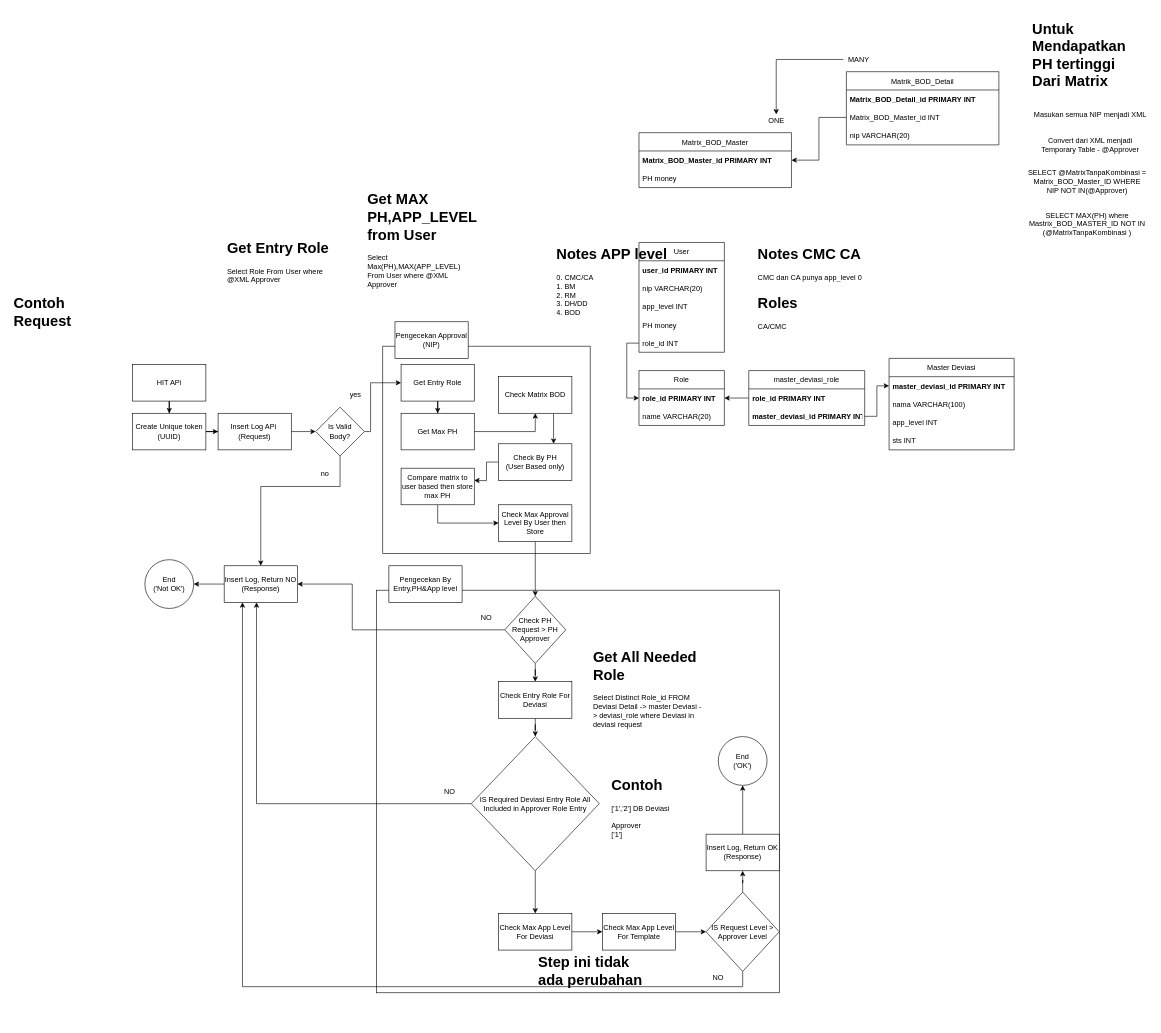
Earlier version of the draw.io diagram Untitled Diagram.drawio (andiliewantorosusanto/engineapproval). Source tidied: cells renumbered, new cells numbered last; positions are measured from the earlier drawing's top-left corner, leaving out a move shared by most shapes. Both pictures are drawn from the tidied source at 61%, with x=0, y=0 at pixel (10, 16).
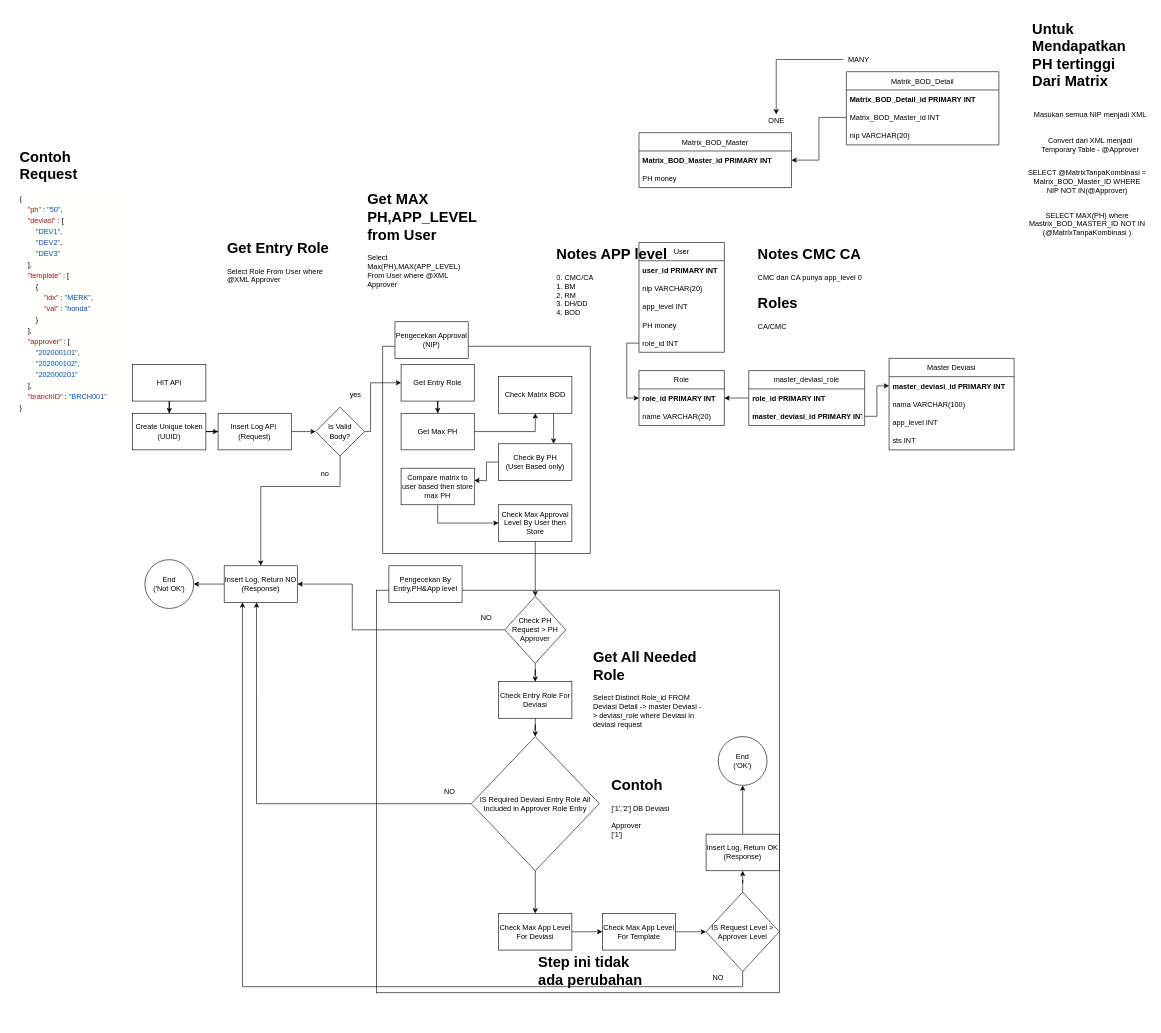
Above is the later version.

Change to the diagram source:
```diff
@@
-    <mxCell id="95" value="&lt;h1&gt;Contoh Request&lt;/h1&gt;&lt;p&gt;&lt;br&gt;&lt;/p&gt;" style="text;html=1;strokeColor=none;fillColor=none;spacing=5;spacingTop=-20;whiteSpace=wrap;overflow=hidden;rounded=0;" parent="1" vertex="1">
-      <mxGeometry y="450" width="190" height="170" as="geometry" />
+    <mxCell id="95" value="&lt;h1&gt;Contoh Request&lt;/h1&gt;&lt;div style=&quot;background-color: rgb(255 , 255 , 254) ; line-height: 18px&quot;&gt;&lt;div style=&quot;line-height: 18px&quot;&gt;&lt;div&gt;{&lt;/div&gt;&lt;div&gt;&amp;nbsp;&amp;nbsp;&amp;nbsp;&amp;nbsp;&lt;span style=&quot;color: #a31515&quot;&gt;&quot;ph&quot;&lt;/span&gt;&amp;nbsp;:&amp;nbsp;&lt;span style=&quot;color: #0451a5&quot;&gt;&quot;50&quot;&lt;/span&gt;,&lt;/div&gt;&lt;div&gt;&amp;nbsp;&amp;nbsp;&amp;nbsp;&amp;nbsp;&lt;span style=&quot;color: #a31515&quot;&gt;&quot;deviasi&quot;&lt;/span&gt;&amp;nbsp;:&amp;nbsp;[&lt;/div&gt;&lt;div&gt;&amp;nbsp;&amp;nbsp;&amp;nbsp;&amp;nbsp;&amp;nbsp;&amp;nbsp;&amp;nbsp;&amp;nbsp;&lt;span style=&quot;color: #0451a5&quot;&gt;&quot;DEV1&quot;&lt;/span&gt;,&lt;/div&gt;&lt;div&gt;&amp;nbsp;&amp;nbsp;&amp;nbsp;&amp;nbsp;&amp;nbsp;&amp;nbsp;&amp;nbsp;&amp;nbsp;&lt;span style=&quot;color: #0451a5&quot;&gt;&quot;DEV2&quot;&lt;/span&gt;,&lt;/div&gt;&lt;div&gt;&amp;nbsp;&amp;nbsp;&amp;nbsp;&amp;nbsp;&amp;nbsp;&amp;nbsp;&amp;nbsp;&amp;nbsp;&lt;span style=&quot;color: #0451a5&quot;&gt;&quot;DEV3&quot;&lt;/span&gt;&lt;/div&gt;&lt;div&gt;&amp;nbsp;&amp;nbsp;&amp;nbsp;&amp;nbsp;],&lt;/div&gt;&lt;div&gt;&amp;nbsp;&amp;nbsp;&amp;nbsp;&amp;nbsp;&lt;span style=&quot;color: #a31515&quot;&gt;&quot;template&quot;&lt;/span&gt;&amp;nbsp;:&amp;nbsp;[&lt;/div&gt;&lt;div&gt;&amp;nbsp;&amp;nbsp;&amp;nbsp;&amp;nbsp;&amp;nbsp;&amp;nbsp;&amp;nbsp;&amp;nbsp;{&lt;/div&gt;&lt;div&gt;&amp;nbsp;&amp;nbsp;&amp;nbsp;&amp;nbsp;&amp;nbsp;&amp;nbsp;&amp;nbsp;&amp;nbsp;&amp;nbsp;&amp;nbsp;&amp;nbsp;&amp;nbsp;&lt;span style=&quot;color: #a31515&quot;&gt;&quot;idx&quot;&lt;/span&gt;&amp;nbsp;:&amp;nbsp;&lt;span style=&quot;color: #0451a5&quot;&gt;&quot;MERK&quot;&lt;/span&gt;,&lt;/div&gt;&lt;div&gt;&amp;nbsp;&amp;nbsp;&amp;nbsp;&amp;nbsp;&amp;nbsp;&amp;nbsp;&amp;nbsp;&amp;nbsp;&amp;nbsp;&amp;nbsp;&amp;nbsp;&amp;nbsp;&lt;span style=&quot;color: #a31515&quot;&gt;&quot;val&quot;&lt;/span&gt;&amp;nbsp;:&amp;nbsp;&lt;span style=&quot;color: #0451a5&quot;&gt;&quot;honda&quot;&lt;/span&gt;&lt;/div&gt;&lt;div&gt;&amp;nbsp;&amp;nbsp;&amp;nbsp;&amp;nbsp;&amp;nbsp;&amp;nbsp;&amp;nbsp;&amp;nbsp;}&lt;/div&gt;&lt;div&gt;&amp;nbsp;&amp;nbsp;&amp;nbsp;&amp;nbsp;],&lt;/div&gt;&lt;div&gt;&amp;nbsp;&amp;nbsp;&amp;nbsp;&amp;nbsp;&lt;span style=&quot;color: #a31515&quot;&gt;&quot;approver&quot;&lt;/span&gt;&amp;nbsp;:&amp;nbsp;[&lt;/div&gt;&lt;div&gt;&amp;nbsp;&amp;nbsp;&amp;nbsp;&amp;nbsp;&amp;nbsp;&amp;nbsp;&amp;nbsp;&amp;nbsp;&lt;span style=&quot;color: #0451a5&quot;&gt;&quot;202000101&quot;&lt;/span&gt;,&lt;/div&gt;&lt;div&gt;&amp;nbsp;&amp;nbsp;&amp;nbsp;&amp;nbsp;&amp;nbsp;&amp;nbsp;&amp;nbsp;&amp;nbsp;&lt;span style=&quot;color: #0451a5&quot;&gt;&quot;202000102&quot;&lt;/span&gt;,&lt;/div&gt;&lt;div&gt;&amp;nbsp;&amp;nbsp;&amp;nbsp;&amp;nbsp;&amp;nbsp;&amp;nbsp;&amp;nbsp;&amp;nbsp;&lt;span style=&quot;color: #0451a5&quot;&gt;&quot;202000201&quot;&lt;/span&gt;&lt;/div&gt;&lt;div&gt;&amp;nbsp;&amp;nbsp;&amp;nbsp;&amp;nbsp;],&lt;/div&gt;&lt;div&gt;&amp;nbsp;&amp;nbsp;&amp;nbsp;&amp;nbsp;&lt;span style=&quot;color: #a31515&quot;&gt;&quot;branchID&quot;&lt;/span&gt;&amp;nbsp;:&amp;nbsp;&lt;span style=&quot;color: #0451a5&quot;&gt;&quot;BRCH001&quot;&lt;/span&gt;&lt;/div&gt;&lt;div&gt;}&lt;/div&gt;&lt;/div&gt;&lt;/div&gt;" style="text;html=1;strokeColor=none;fillColor=none;spacing=5;spacingTop=-20;whiteSpace=wrap;overflow=hidden;rounded=0;" parent="1" vertex="1">
+      <mxGeometry x="10" y="210" width="190" height="450" as="geometry" />
     </mxCell>
```
